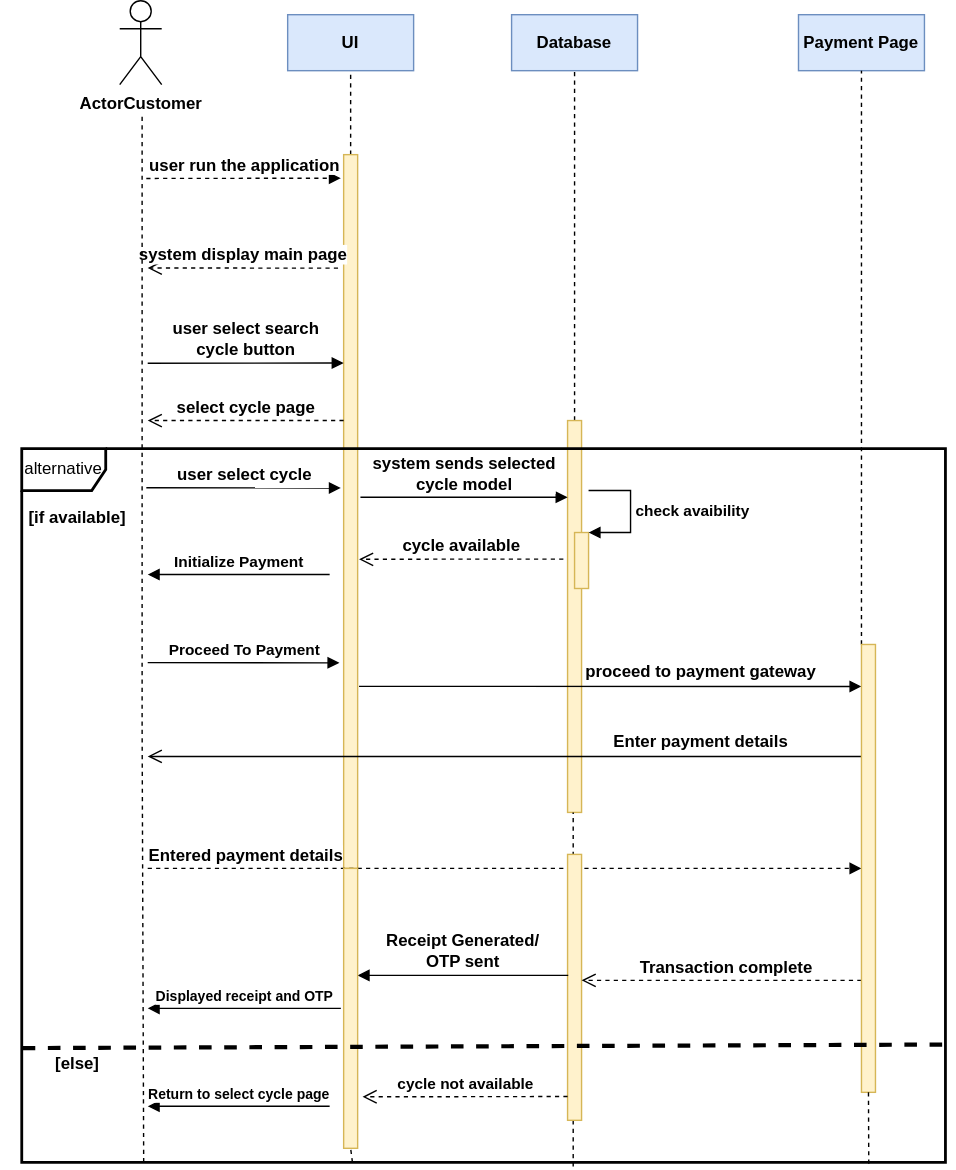
The draw.io diagram Diagrams/Sequence/bookCycleSequence.svg in DhruvKulkarni86/Bike-Rental-System, before a commit. Source tidied: cells renumbered, new cells last; positions are measured from the earlier drawing's top-left corner, leaving out a move shared by most shapes.
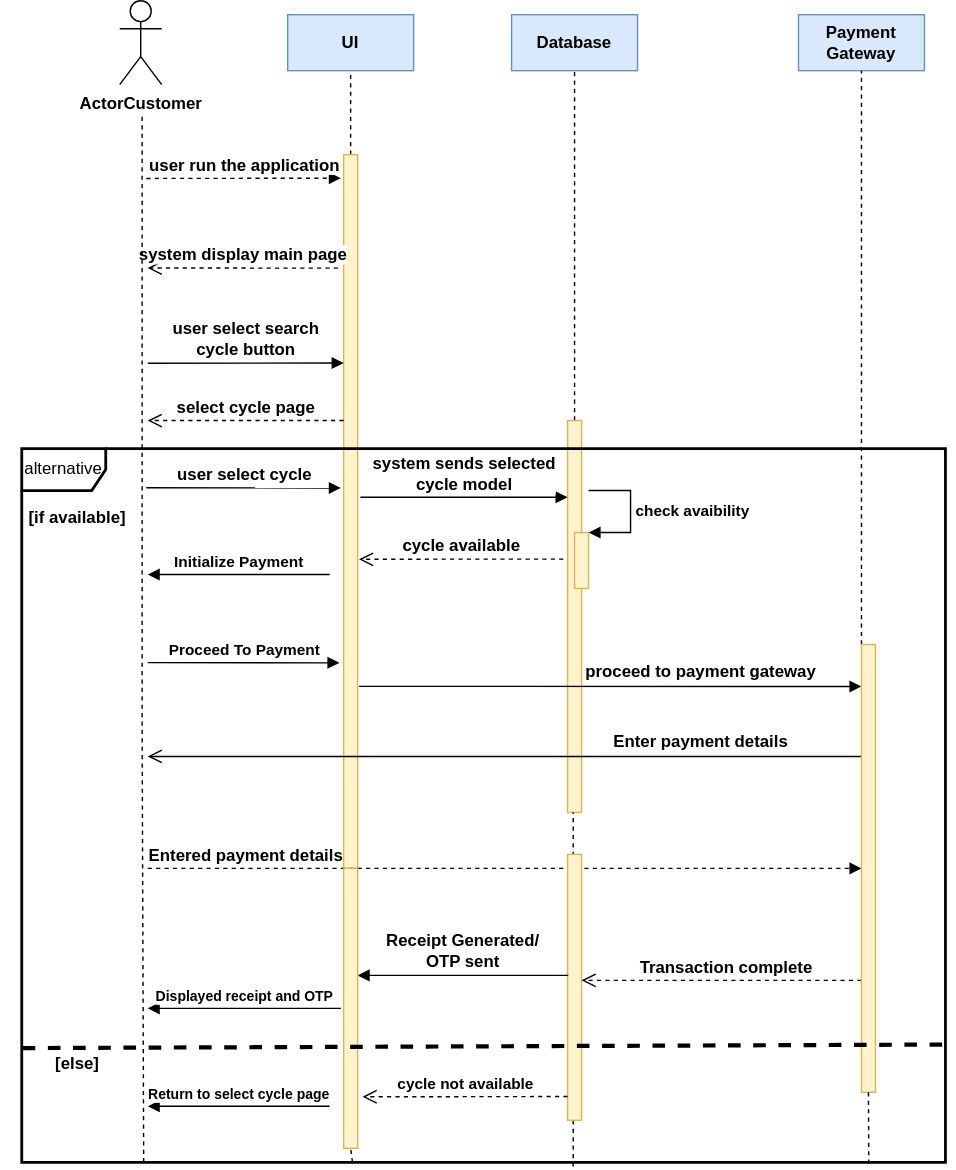
The same file after the commit.

What changed in the source:
```diff
@@ -81,7 +81,7 @@
         </Array>
       </mxGeometry>
     </mxCell>
-    <mxCell id="21" value="&lt;font style=&quot;font-size: 12px&quot;&gt;&lt;b&gt;Payment Page&lt;/b&gt;&lt;/font&gt;" style="rounded=0;whiteSpace=wrap;html=1;fillColor=#dae8fc;strokeColor=#6c8ebf;" parent="1" vertex="1">
+    <mxCell id="21" value="&lt;font style=&quot;font-size: 12px&quot;&gt;&lt;b&gt;Payment Gateway&lt;/b&gt;&lt;/font&gt;" style="rounded=0;whiteSpace=wrap;html=1;fillColor=#dae8fc;strokeColor=#6c8ebf;" parent="1" vertex="1">
       <mxGeometry x="570" y="10" width="90" height="40" as="geometry" />
     </mxCell>
     <mxCell id="22" style="endArrow=none;dashed=1;html=1;entryX=0.5;entryY=1;entryDx=0;entryDy=0;" parent="1" edge="1" source="36" target="21">
```
